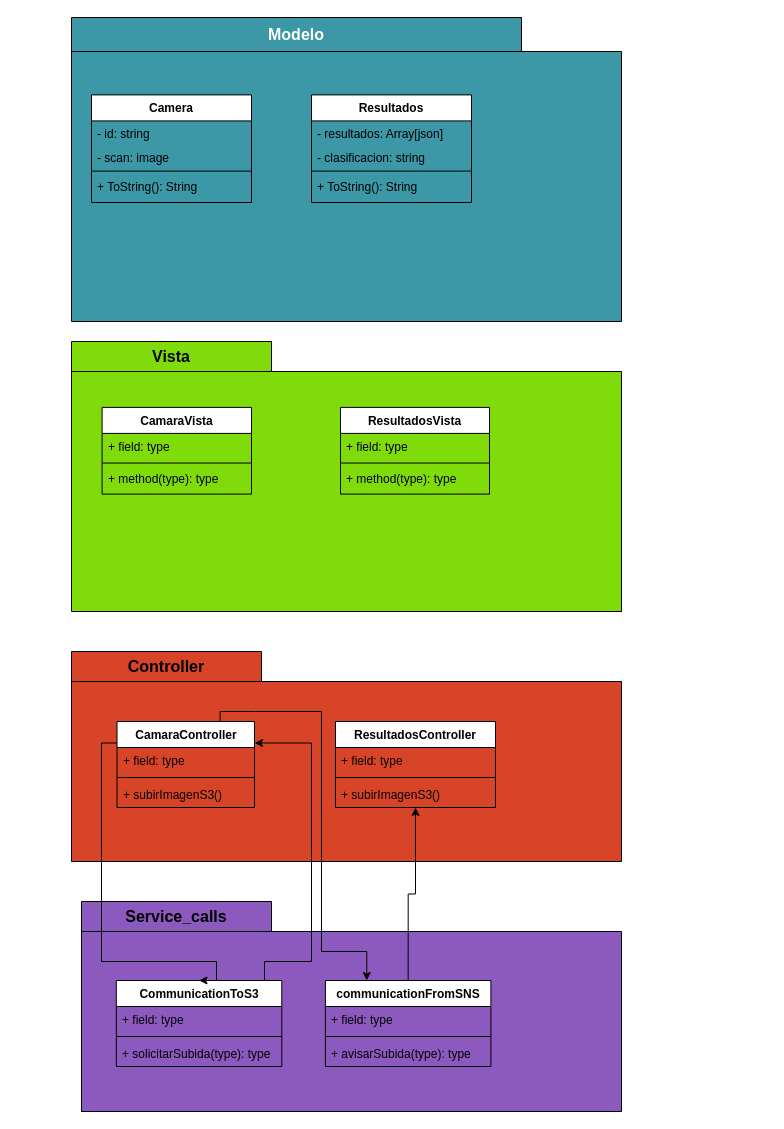
Earlier version of the draw.io diagram Diseno_del_Frontend/Diagrama de capas y clases/Diagrama de capas.drawio (Manollito/ProyectoDiseno). Source tidied: cells renumbered, new cells numbered last; positions are measured from the earlier drawing's top-left corner, leaving out a move shared by most shapes. Both pictures are drawn from the tidied source at 100%, with x=0, y=0 at pixel (71, 17).
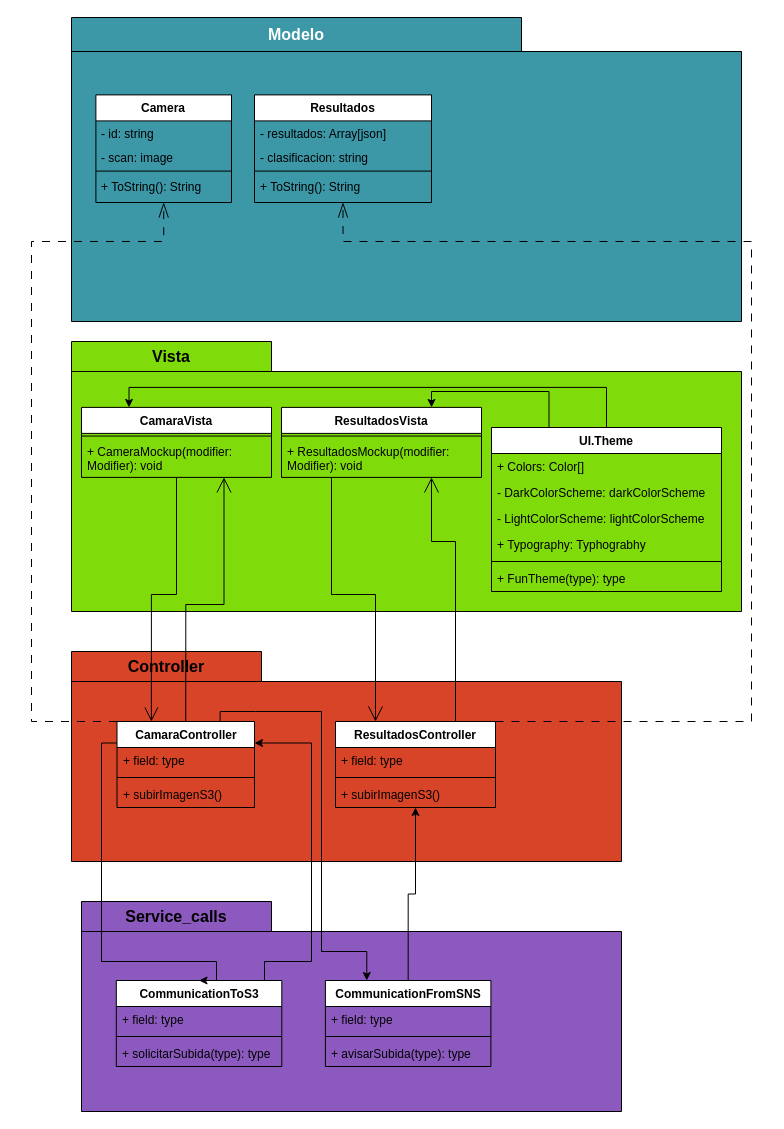
After the change.

Unchanged cells that the change refers to:
```xml
<mxCell id="27" value="CamaraController" style="swimlane;fontStyle=1;align=center;verticalAlign=top;horizontal=1;startSize=26;whiteSpace=wrap;html=1;" parent="25" vertex="1">
  <mxGeometry x="45.5" y="70" width="137.5" height="86" as="geometry" />
</mxCell>
<mxCell id="31" value="&lt;font style=&quot;font-size: 16px;&quot;&gt;Service_calls&lt;/font&gt;" style="shape=folder;fontStyle=1;tabWidth=190;tabHeight=30;tabPosition=left;html=1;boundedLbl=1;labelInHeader=1;whiteSpace=wrap;fillColor=#8C5ABF;" parent="1" vertex="1">
  <mxGeometry x="10" y="884" width="540" height="210" as="geometry" />
</mxCell>
<mxCell id="44" value="ResultadosController" style="swimlane;fontStyle=1;align=center;verticalAlign=top;horizontal=1;startSize=26;whiteSpace=wrap;html=1;" parent="1" vertex="1">
  <mxGeometry x="264" y="704" width="160" height="86" as="geometry" />
</mxCell>
```

What changed in the source:
```diff
@@
     <mxCell id="3" value="&lt;font style=&quot;font-size: 16px;&quot; color=&quot;#ffffff&quot;&gt;Modelo&lt;/font&gt;" style="shape=folder;fontStyle=1;tabWidth=450;tabHeight=34;tabPosition=left;html=1;boundedLbl=1;labelInHeader=1;whiteSpace=wrap;fillColor=#3C97A7;" parent="1" vertex="1">
-      <mxGeometry width="550" height="304" as="geometry" />
+      <mxGeometry width="670" height="304" as="geometry" />
     </mxCell>
     <mxCell id="4" style="html=1;strokeColor=none;fillColor=none;whiteSpace=wrap;" parent="3" vertex="1">
-      <mxGeometry width="550" height="212.8" relative="1" as="geometry">
+      <mxGeometry width="670" height="212.8" relative="1" as="geometry">
         <mxPoint y="30" as="offset" />
       </mxGeometry>
     </mxCell>
     <mxCell id="5" value="Resultados" style="swimlane;fontStyle=1;align=center;verticalAlign=top;horizontal=1;startSize=26;whiteSpace=wrap;html=1;" parent="3" vertex="1">
-      <mxGeometry x="240" y="77.4" width="160" height="107.6" as="geometry" />
+      <mxGeometry x="183" y="77.4" width="177" height="107.6" as="geometry" />
     </mxCell>
     <mxCell id="6" value="- resultados: Array[json]" style="text;strokeColor=none;fillColor=none;align=left;verticalAlign=top;spacingLeft=4;spacingRight=4;overflow=hidden;whiteSpace=wrap;html=1;" parent="5" vertex="1">
-      <mxGeometry y="26" width="160" height="24" as="geometry" />
+      <mxGeometry y="26" width="177" height="24" as="geometry" />
     </mxCell>
     <mxCell id="7" value="- clasificacion: string" style="text;strokeColor=none;fillColor=none;align=left;verticalAlign=top;spacingLeft=4;spacingRight=4;overflow=hidden;whiteSpace=wrap;html=1;" parent="5" vertex="1">
-      <mxGeometry y="50" width="160" height="24" as="geometry" />
+      <mxGeometry y="50" width="177" height="24" as="geometry" />
     </mxCell>
     <mxCell id="8" style="line;strokeWidth=1;fillColor=none;align=left;verticalAlign=middle;spacingTop=-1;spacingLeft=3;spacingRight=3;labelPosition=right;strokeColor=inherit;" parent="5" vertex="1">
-      <mxGeometry y="74" width="160" height="4.4" as="geometry" />
+      <mxGeometry y="74" width="177" height="4.4" as="geometry" />
     </mxCell>
     <mxCell id="9" value="+ ToString(): String&amp;nbsp;" style="text;strokeColor=none;fillColor=none;align=left;verticalAlign=top;spacingLeft=4;spacingRight=4;overflow=hidden;whiteSpace=wrap;html=1;" parent="5" vertex="1">
-      <mxGeometry y="78.4" width="160" height="29.2" as="geometry" />
+      <mxGeometry y="78.4" width="177" height="29.2" as="geometry" />
     </mxCell>
     <mxCell id="10" value="Camera" style="swimlane;fontStyle=1;align=center;verticalAlign=top;horizontal=1;startSize=26;whiteSpace=wrap;html=1;" parent="3" vertex="1">
-      <mxGeometry x="20" y="77.4" width="160" height="107.6" as="geometry" />
+      <mxGeometry x="24.4" y="77.4" width="135.6" height="107.6" as="geometry" />
     </mxCell>
     <mxCell id="11" value="- id: string" style="text;strokeColor=none;fillColor=none;align=left;verticalAlign=top;spacingLeft=4;spacingRight=4;overflow=hidden;whiteSpace=wrap;html=1;" parent="10" vertex="1">
-      <mxGeometry y="26" width="160" height="24" as="geometry" />
+      <mxGeometry y="26" width="135.6" height="24" as="geometry" />
     </mxCell>
     <mxCell id="12" value="- scan: image" style="text;strokeColor=none;fillColor=none;align=left;verticalAlign=top;spacingLeft=4;spacingRight=4;overflow=hidden;whiteSpace=wrap;html=1;" parent="10" vertex="1">
-      <mxGeometry y="50" width="160" height="24" as="geometry" />
+      <mxGeometry y="50" width="135.6" height="24" as="geometry" />
     </mxCell>
     <mxCell id="13" style="line;strokeWidth=1;fillColor=none;align=left;verticalAlign=middle;spacingTop=-1;spacingLeft=3;spacingRight=3;labelPosition=right;strokeColor=inherit;" parent="10" vertex="1">
-      <mxGeometry y="74" width="160" height="4.4" as="geometry" />
+      <mxGeometry y="74" width="135.6" height="4.4" as="geometry" />
     </mxCell>
     <mxCell id="14" value="+ ToString(): String&amp;nbsp;" style="text;strokeColor=none;fillColor=none;align=left;verticalAlign=top;spacingLeft=4;spacingRight=4;overflow=hidden;whiteSpace=wrap;html=1;" parent="10" vertex="1">
-      <mxGeometry y="78.4" width="160" height="29.2" as="geometry" />
+      <mxGeometry y="78.4" width="135.6" height="29.2" as="geometry" />
     </mxCell>
     <mxCell id="15" value="&lt;font style=&quot;font-size: 16px;&quot;&gt;Vista&lt;/font&gt;" style="shape=folder;fontStyle=1;tabWidth=200;tabHeight=30;tabPosition=left;html=1;boundedLbl=1;labelInHeader=1;whiteSpace=wrap;fillColor=#80db0a;" parent="1" vertex="1">
-      <mxGeometry y="324" width="550" height="270" as="geometry" />
+      <mxGeometry y="324" width="670" height="270" as="geometry" />
     </mxCell>
     <mxCell id="16" style="html=1;strokeColor=none;fillColor=none;whiteSpace=wrap;" parent="15" vertex="1">
-      <mxGeometry width="550" height="189" relative="1" as="geometry">
+      <mxGeometry width="670" height="189" relative="1" as="geometry">
         <mxPoint y="30" as="offset" />
       </mxGeometry>
     </mxCell>
     <mxCell id="17" value="CamaraVista" style="swimlane;fontStyle=1;align=center;verticalAlign=top;horizontal=1;startSize=26;whiteSpace=wrap;html=1;" parent="15" vertex="1">
-      <mxGeometry x="30.6" y="65.9" width="149.4" height="86.7" as="geometry" />
+      <mxGeometry x="10" y="65.9" width="190" height="70" as="geometry" />
     </mxCell>
-    <mxCell id="18" value="+ field: type" style="text;strokeColor=none;fillColor=none;align=left;verticalAlign=top;spacingLeft=4;spacingRight=4;overflow=hidden;whiteSpace=wrap;html=1;" parent="17" vertex="1">
-      <mxGeometry y="26" width="149.4" height="27" as="geometry" />
-    </mxCell>
     <mxCell id="19" style="line;strokeWidth=1;fillColor=none;align=left;verticalAlign=middle;spacingTop=-1;spacingLeft=3;spacingRight=3;labelPosition=right;strokeColor=inherit;" parent="17" vertex="1">
-      <mxGeometry y="53" width="149.4" height="5.3" as="geometry" />
+      <mxGeometry y="26" width="190" height="5.3" as="geometry" />
     </mxCell>
-    <mxCell id="20" value="+ method(type): type" style="text;strokeColor=none;fillColor=none;align=left;verticalAlign=top;spacingLeft=4;spacingRight=4;overflow=hidden;whiteSpace=wrap;html=1;" parent="17" vertex="1">
-      <mxGeometry y="58.3" width="149.4" height="28.4" as="geometry" />
+    <mxCell id="20" value="+ CameraMockup(modifier: Modifier): void" style="text;strokeColor=none;fillColor=none;align=left;verticalAlign=top;spacingLeft=4;spacingRight=4;overflow=hidden;whiteSpace=wrap;html=1;" parent="17" vertex="1">
+      <mxGeometry y="31.3" width="190" height="38.7" as="geometry" />
     </mxCell>
     <mxCell id="21" value="ResultadosVista" style="swimlane;fontStyle=1;align=center;verticalAlign=top;horizontal=1;startSize=26;whiteSpace=wrap;html=1;" parent="15" vertex="1">
-      <mxGeometry x="269" y="65.9" width="149" height="86.7" as="geometry" />
+      <mxGeometry x="210" y="65.9" width="200" height="70" as="geometry" />
     </mxCell>
-    <mxCell id="22" value="+ field: type" style="text;strokeColor=none;fillColor=none;align=left;verticalAlign=top;spacingLeft=4;spacingRight=4;overflow=hidden;whiteSpace=wrap;html=1;" parent="21" vertex="1">
-      <mxGeometry y="26" width="149" height="27" as="geometry" />
-    </mxCell>
     <mxCell id="23" style="line;strokeWidth=1;fillColor=none;align=left;verticalAlign=middle;spacingTop=-1;spacingLeft=3;spacingRight=3;labelPosition=right;strokeColor=inherit;" parent="21" vertex="1">
-      <mxGeometry y="53" width="149" height="5.3" as="geometry" />
+      <mxGeometry y="26" width="200" height="5.3" as="geometry" />
     </mxCell>
-    <mxCell id="24" value="+ method(type): type" style="text;strokeColor=none;fillColor=none;align=left;verticalAlign=top;spacingLeft=4;spacingRight=4;overflow=hidden;whiteSpace=wrap;html=1;" parent="21" vertex="1">
-      <mxGeometry y="58.3" width="149" height="28.4" as="geometry" />
+    <mxCell id="24" value="+ ResultadosMockup(modifier: Modifier): void" style="text;strokeColor=none;fillColor=none;align=left;verticalAlign=top;spacingLeft=4;spacingRight=4;overflow=hidden;whiteSpace=wrap;html=1;" parent="21" vertex="1">
+      <mxGeometry y="31.3" width="200" height="38.7" as="geometry" />
     </mxCell>
+    <mxCell id="49" style="edgeStyle=orthogonalEdgeStyle;rounded=0;jettySize=auto;html=1;exitX=0.5;exitY=0;exitDx=0;exitDy=0;entryX=0.25;entryY=0;entryDx=0;entryDy=0;" parent="15" edge="1" source="51" target="17">
+      <mxGeometry relative="1" as="geometry" />
+    </mxCell>
+    <mxCell id="50" style="edgeStyle=orthogonalEdgeStyle;rounded=0;jettySize=auto;html=1;exitX=0.25;exitY=0;exitDx=0;exitDy=0;entryX=0.75;entryY=0;entryDx=0;entryDy=0;" parent="15" edge="1" source="51" target="21">
+      <mxGeometry relative="1" as="geometry">
+        <Array as="points">
+          <mxPoint x="478" y="50" />
+          <mxPoint x="360" y="50" />
+        </Array>
+      </mxGeometry>
+    </mxCell>
+    <mxCell id="51" value="UI.Theme" style="swimlane;fontStyle=1;align=center;verticalAlign=top;horizontal=1;startSize=26;whiteSpace=wrap;html=1;" parent="15" vertex="1">
+      <mxGeometry x="420" y="86" width="230" height="164" as="geometry" />
+    </mxCell>
+    <mxCell id="52" value="+ Colors: Color[]" style="text;strokeColor=none;fillColor=none;align=left;verticalAlign=top;spacingLeft=4;spacingRight=4;overflow=hidden;whiteSpace=wrap;html=1;" parent="51" vertex="1">
+      <mxGeometry y="26" width="230" height="26" as="geometry" />
+    </mxCell>
+    <mxCell id="53" value="- DarkColorScheme: darkColorScheme" style="text;strokeColor=none;fillColor=none;align=left;verticalAlign=top;spacingLeft=4;spacingRight=4;overflow=hidden;whiteSpace=wrap;html=1;" parent="51" vertex="1">
+      <mxGeometry y="52" width="230" height="26" as="geometry" />
+    </mxCell>
+    <mxCell id="54" value="- LightColorScheme: lightColorScheme" style="text;strokeColor=none;fillColor=none;align=left;verticalAlign=top;spacingLeft=4;spacingRight=4;overflow=hidden;whiteSpace=wrap;html=1;" parent="51" vertex="1">
+      <mxGeometry y="78" width="230" height="26" as="geometry" />
+    </mxCell>
+    <mxCell id="55" value="+ Typography: Typhograbhy" style="text;strokeColor=none;fillColor=none;align=left;verticalAlign=top;spacingLeft=4;spacingRight=4;overflow=hidden;whiteSpace=wrap;html=1;" parent="51" vertex="1">
+      <mxGeometry y="104" width="230" height="26" as="geometry" />
+    </mxCell>
+    <mxCell id="56" style="line;strokeWidth=1;fillColor=none;align=left;verticalAlign=middle;spacingTop=-1;spacingLeft=3;spacingRight=3;labelPosition=right;strokeColor=inherit;" parent="51" vertex="1">
+      <mxGeometry y="130" width="230" height="8" as="geometry" />
+    </mxCell>
+    <mxCell id="57" value="+ FunTheme(type): type" style="text;strokeColor=none;fillColor=none;align=left;verticalAlign=top;spacingLeft=4;spacingRight=4;overflow=hidden;whiteSpace=wrap;html=1;" parent="51" vertex="1">
+      <mxGeometry y="138" width="230" height="26" as="geometry" />
+    </mxCell>
@@
-    <mxCell id="37" value="communicationFromSNS" style="swimlane;fontStyle=1;align=center;verticalAlign=top;horizontal=1;startSize=26;whiteSpace=wrap;html=1;" parent="31" vertex="1">
+    <mxCell id="37" value="CommunicationFromSNS" style="swimlane;fontStyle=1;align=center;verticalAlign=top;horizontal=1;startSize=26;whiteSpace=wrap;html=1;" parent="31" vertex="1">
       <mxGeometry x="243.9" y="79" width="165.5" height="86" as="geometry" />
     </mxCell>
@@
+    <mxCell id="58" style="edgeStyle=orthogonalEdgeStyle;rounded=0;jettySize=auto;html=1;exitX=1;exitY=0;exitDx=0;exitDy=0;entryX=0.5;entryY=1;entryDx=0;entryDy=0;dashed=1;dashPattern=8 8;endArrow=openThin;endFill=0;endSize=13;" parent="1" edge="1" source="44" target="5">
+      <mxGeometry relative="1" as="geometry">
+        <Array as="points">
+          <mxPoint x="680" y="704" />
+          <mxPoint x="680" y="224" />
+          <mxPoint x="272" y="224" />
+        </Array>
+      </mxGeometry>
+    </mxCell>
+    <mxCell id="59" style="edgeStyle=orthogonalEdgeStyle;rounded=0;jettySize=auto;html=1;exitX=0.75;exitY=0;exitDx=0;exitDy=0;entryX=0.75;entryY=1;entryDx=0;entryDy=0;endSize=13;endArrow=open;endFill=0;" parent="1" edge="1" source="44" target="21">
+      <mxGeometry relative="1" as="geometry">
+        <Array as="points">
+          <mxPoint x="384" y="524" />
+          <mxPoint x="360" y="524" />
+        </Array>
+      </mxGeometry>
+    </mxCell>
@@
+    <mxCell id="60" style="edgeStyle=orthogonalEdgeStyle;rounded=0;jettySize=auto;html=1;exitX=0;exitY=0;exitDx=0;exitDy=0;endArrow=openThin;endFill=0;endSize=13;dashed=1;dashPattern=8 8;entryX=0.5;entryY=1;entryDx=0;entryDy=0;" parent="1" edge="1" source="27" target="10">
+      <mxGeometry relative="1" as="geometry">
+        <Array as="points">
+          <mxPoint x="-40" y="704" />
+          <mxPoint x="-40" y="224" />
+          <mxPoint x="92" y="224" />
+        </Array>
+      </mxGeometry>
+    </mxCell>
+    <mxCell id="61" style="edgeStyle=orthogonalEdgeStyle;rounded=0;jettySize=auto;html=1;exitX=0.5;exitY=1;exitDx=0;exitDy=0;entryX=0.25;entryY=0;entryDx=0;entryDy=0;endArrow=open;endFill=0;endSize=12;" parent="1" edge="1" source="17" target="27">
+      <mxGeometry relative="1" as="geometry" />
+    </mxCell>
+    <mxCell id="62" style="edgeStyle=orthogonalEdgeStyle;rounded=0;jettySize=auto;html=1;exitX=0.25;exitY=1;exitDx=0;exitDy=0;entryX=0.25;entryY=0;entryDx=0;entryDy=0;strokeWidth=1;endSize=13;endArrow=open;endFill=0;" parent="1" edge="1" source="21" target="44">
+      <mxGeometry relative="1" as="geometry" />
+    </mxCell>
+    <mxCell id="63" style="edgeStyle=orthogonalEdgeStyle;rounded=0;jettySize=auto;html=1;exitX=0.5;exitY=0;exitDx=0;exitDy=0;entryX=0.75;entryY=1;entryDx=0;entryDy=0;endSize=13;endArrow=open;endFill=0;" parent="1" edge="1" source="27" target="17">
+      <mxGeometry relative="1" as="geometry" />
+    </mxCell>
```
